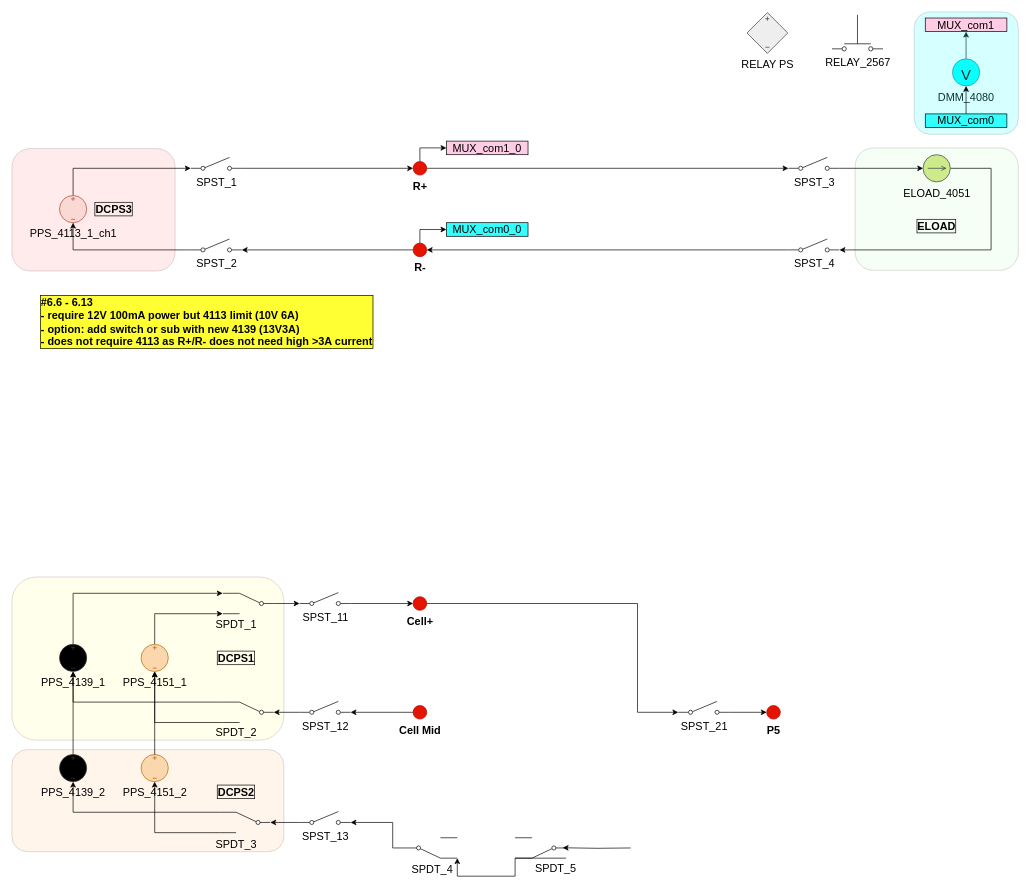
The draw.io diagram BMS_device_B_6p7.drawio in ktlim-xy/draw-io, before the edit. Source tidied: cells renumbered, new cells numbered last; positions are measured from the earlier drawing's top-left corner, leaving out a move shared by most shapes. Both pictures are drawn from the tidied source at 68%, with x=0, y=0 at pixel (12, 12).
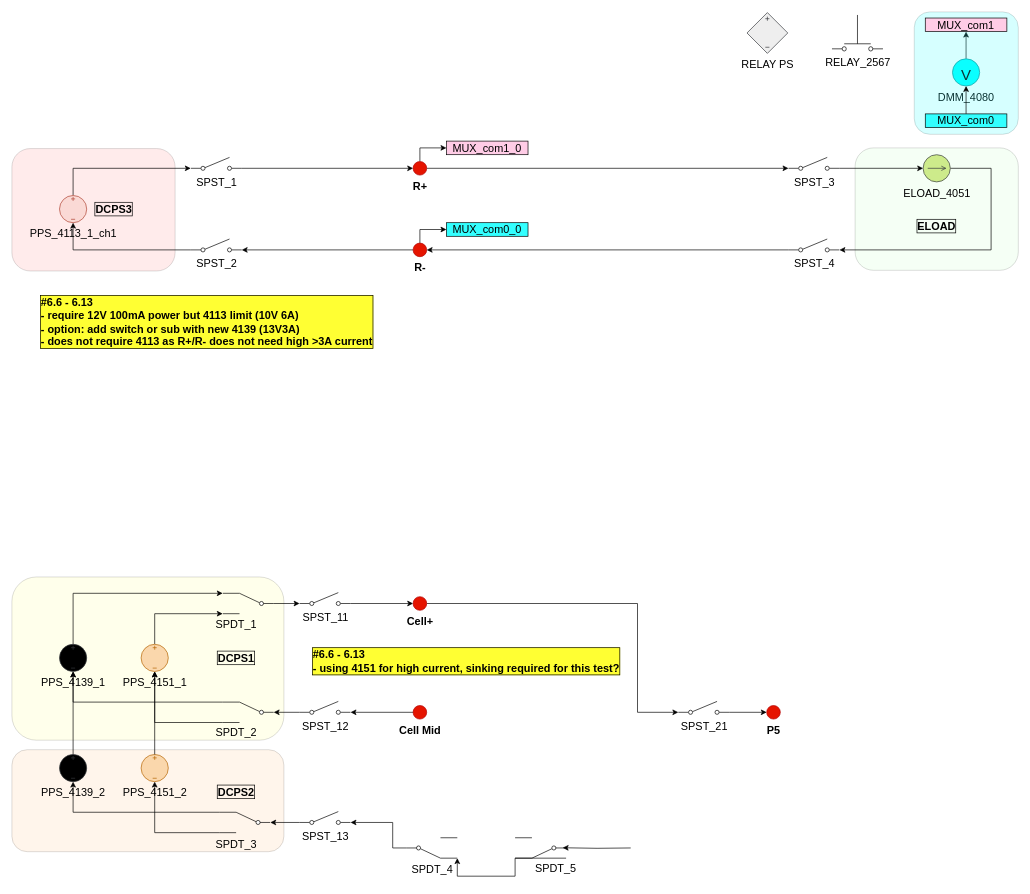
The same diagram, later.

What changed in the source:
```diff
@@
+    <mxCell id="78" style="text;html=1;whiteSpace=wrap;strokeColor=none;fillColor=none;align=center;verticalAlign=middle;rounded=0;" parent="1" vertex="1">
+      <mxGeometry x="520" y="921" width="60" height="30" as="geometry" />
+    </mxCell>
+    <mxCell id="79" value="#6.6 - 6.13&amp;nbsp;&lt;div&gt;- using 4151 for high current, sinking required for this test?&lt;/div&gt;" style="text;html=1;whiteSpace=wrap;strokeColor=none;fillColor=none;align=left;verticalAlign=middle;rounded=0;fontStyle=1;fontColor=#000000;fontSize=16;labelBorderColor=default;labelBackgroundColor=#FFFF33;" parent="1" vertex="1">
+      <mxGeometry x="440" y="940" width="500" height="30" as="geometry" />
+    </mxCell>
```
